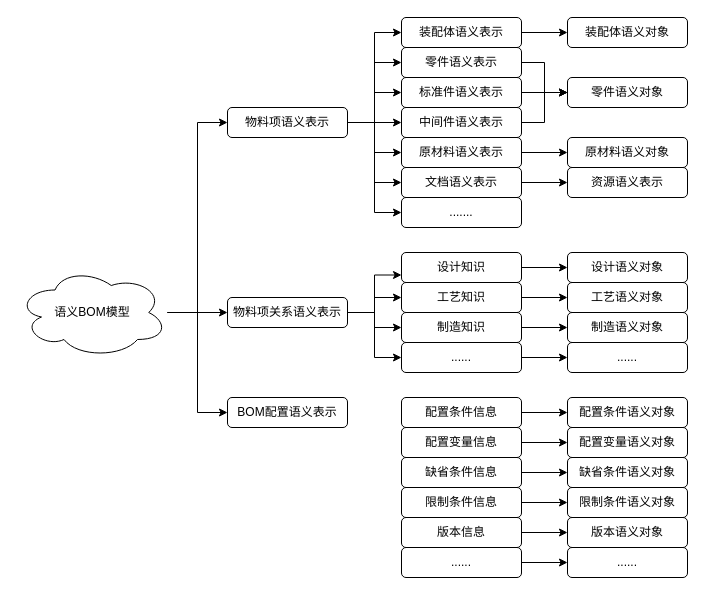
Before: page "语义BOM模型" (5 of 6) of BOM/BOM语义知识统一.drawio in littlelittlemoon/DiagramsRepository, a draw.io diagram. Source tidied: cells renumbered, new cells numbered last; positions are measured from the earlier drawing's top-left corner, leaving out a move shared by most shapes. Both pictures are drawn from the tidied source at 100%, with x=0, y=0 at pixel (17, 17).
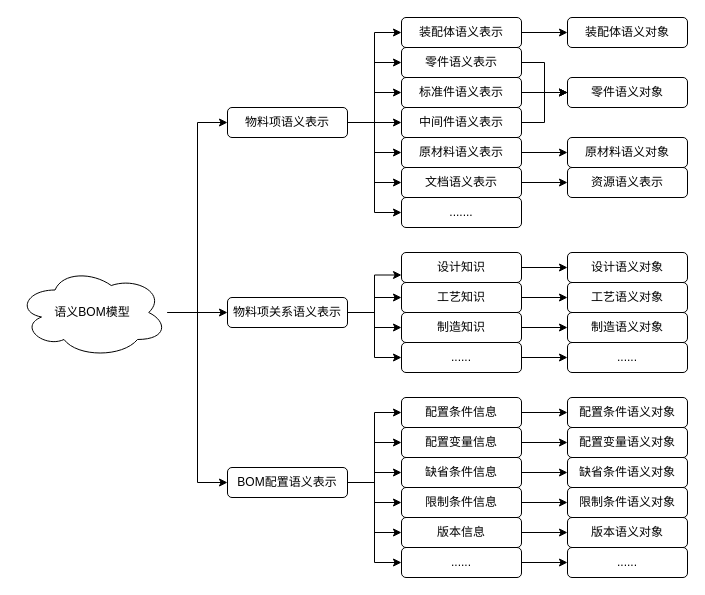
The same diagram, later.

The change refers to these unchanged cells:
```xml
<mxCell id="46" value="配置条件信息" style="rounded=1;whiteSpace=wrap;html=1;" parent="1" vertex="1">
  <mxGeometry x="384" y="380" width="120" height="30" as="geometry" />
</mxCell>
<mxCell id="48" value="配置变量信息" style="rounded=1;whiteSpace=wrap;html=1;" parent="1" vertex="1">
  <mxGeometry x="384" y="410" width="120" height="30" as="geometry" />
</mxCell>
<mxCell id="50" value="缺省条件信息" style="rounded=1;whiteSpace=wrap;html=1;" parent="1" vertex="1">
  <mxGeometry x="384" y="440" width="120" height="30" as="geometry" />
</mxCell>
<mxCell id="52" value="......" style="rounded=1;whiteSpace=wrap;html=1;" parent="1" vertex="1">
  <mxGeometry x="384" y="530" width="120" height="30" as="geometry" />
</mxCell>
<mxCell id="54" value="限制条件信息" style="rounded=1;whiteSpace=wrap;html=1;" parent="1" vertex="1">
  <mxGeometry x="384" y="470" width="120" height="30" as="geometry" />
</mxCell>
<mxCell id="56" value="版本信息" style="rounded=1;whiteSpace=wrap;html=1;" parent="1" vertex="1">
  <mxGeometry x="384" y="500" width="120" height="30" as="geometry" />
</mxCell>
```

The edit, as a diff of the source:
```diff
@@
+    <mxCell id="67" style="edgeStyle=orthogonalEdgeStyle;rounded=0;jettySize=auto;html=1;exitX=1;exitY=0.5;exitDx=0;exitDy=0;entryX=0;entryY=0.5;entryDx=0;entryDy=0;" parent="1" edge="1" source="19" target="46">
+      <mxGeometry relative="1" as="geometry" />
+    </mxCell>
+    <mxCell id="68" style="edgeStyle=orthogonalEdgeStyle;rounded=0;jettySize=auto;html=1;entryX=0;entryY=0.5;entryDx=0;entryDy=0;" parent="1" edge="1" source="19" target="48">
+      <mxGeometry relative="1" as="geometry" />
+    </mxCell>
+    <mxCell id="69" style="edgeStyle=orthogonalEdgeStyle;rounded=0;jettySize=auto;html=1;entryX=0;entryY=0.5;entryDx=0;entryDy=0;" parent="1" edge="1" source="19" target="50">
+      <mxGeometry relative="1" as="geometry" />
+    </mxCell>
+    <mxCell id="70" style="edgeStyle=orthogonalEdgeStyle;rounded=0;jettySize=auto;html=1;entryX=0;entryY=0.5;entryDx=0;entryDy=0;" parent="1" edge="1" source="19" target="54">
+      <mxGeometry relative="1" as="geometry" />
+    </mxCell>
+    <mxCell id="71" style="edgeStyle=orthogonalEdgeStyle;rounded=0;jettySize=auto;html=1;entryX=0;entryY=0.5;entryDx=0;entryDy=0;" parent="1" edge="1" source="19" target="56">
+      <mxGeometry relative="1" as="geometry" />
+    </mxCell>
+    <mxCell id="72" style="edgeStyle=orthogonalEdgeStyle;rounded=0;jettySize=auto;html=1;entryX=0;entryY=0.5;entryDx=0;entryDy=0;" parent="1" edge="1" source="19" target="52">
+      <mxGeometry relative="1" as="geometry" />
+    </mxCell>
     <mxCell id="19" value="BOM配置语义表示" style="rounded=1;whiteSpace=wrap;html=1;" parent="1" vertex="1">
-      <mxGeometry x="210" y="380" width="120" height="30" as="geometry" />
+      <mxGeometry x="210" y="450" width="120" height="30" as="geometry" />
     </mxCell>
```
